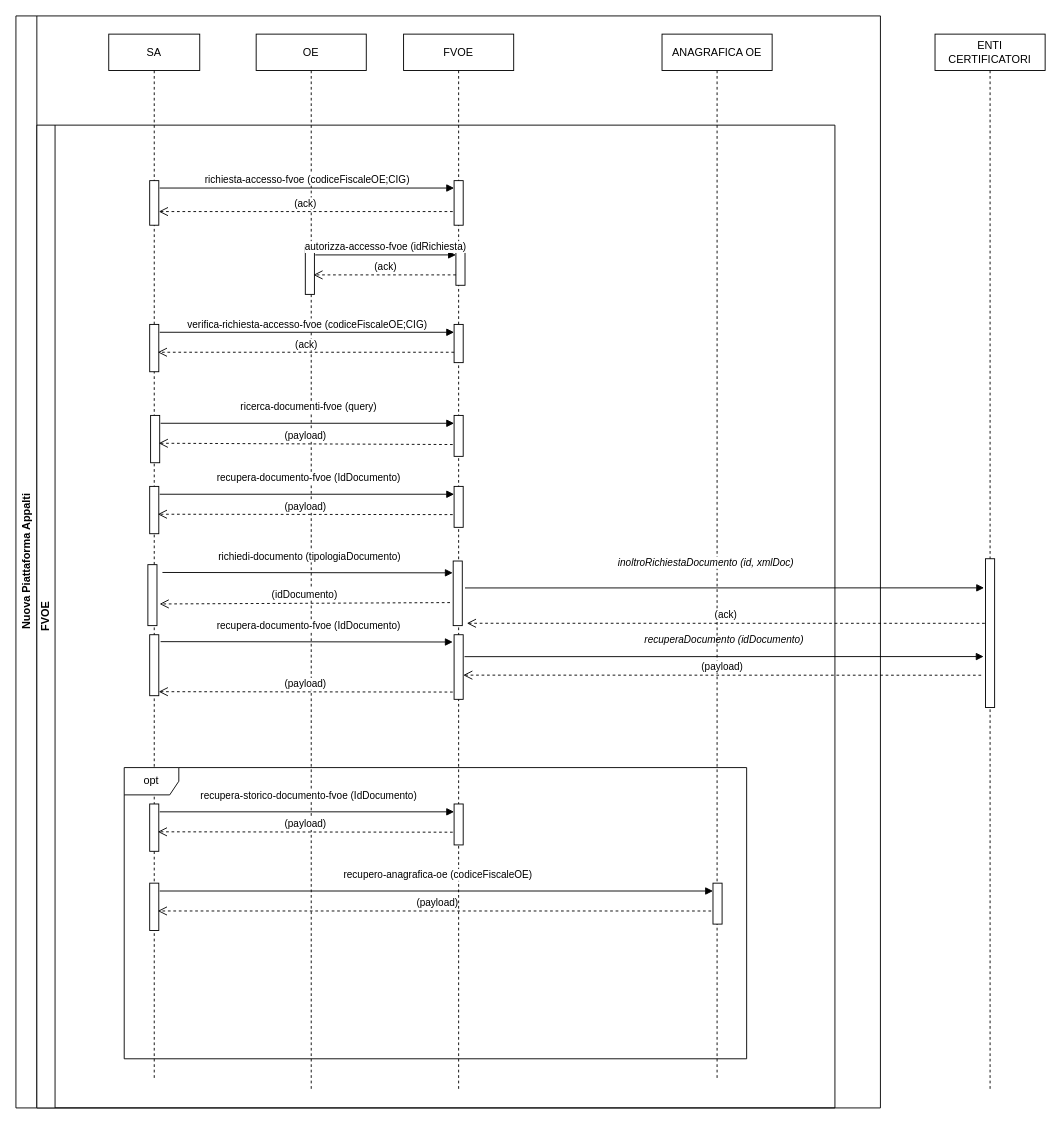
This is docs/diagrammi-drawio/diagramma-fvoe.drawio from anticorruzione/npa, a draw.io file, before an edit. Source tidied: cells renumbered, new cells numbered last; positions are measured from the earlier drawing's top-left corner, leaving out a move shared by most shapes. Both pictures are drawn from the tidied source at 91%, with x=0, y=0 at pixel (15, 15).
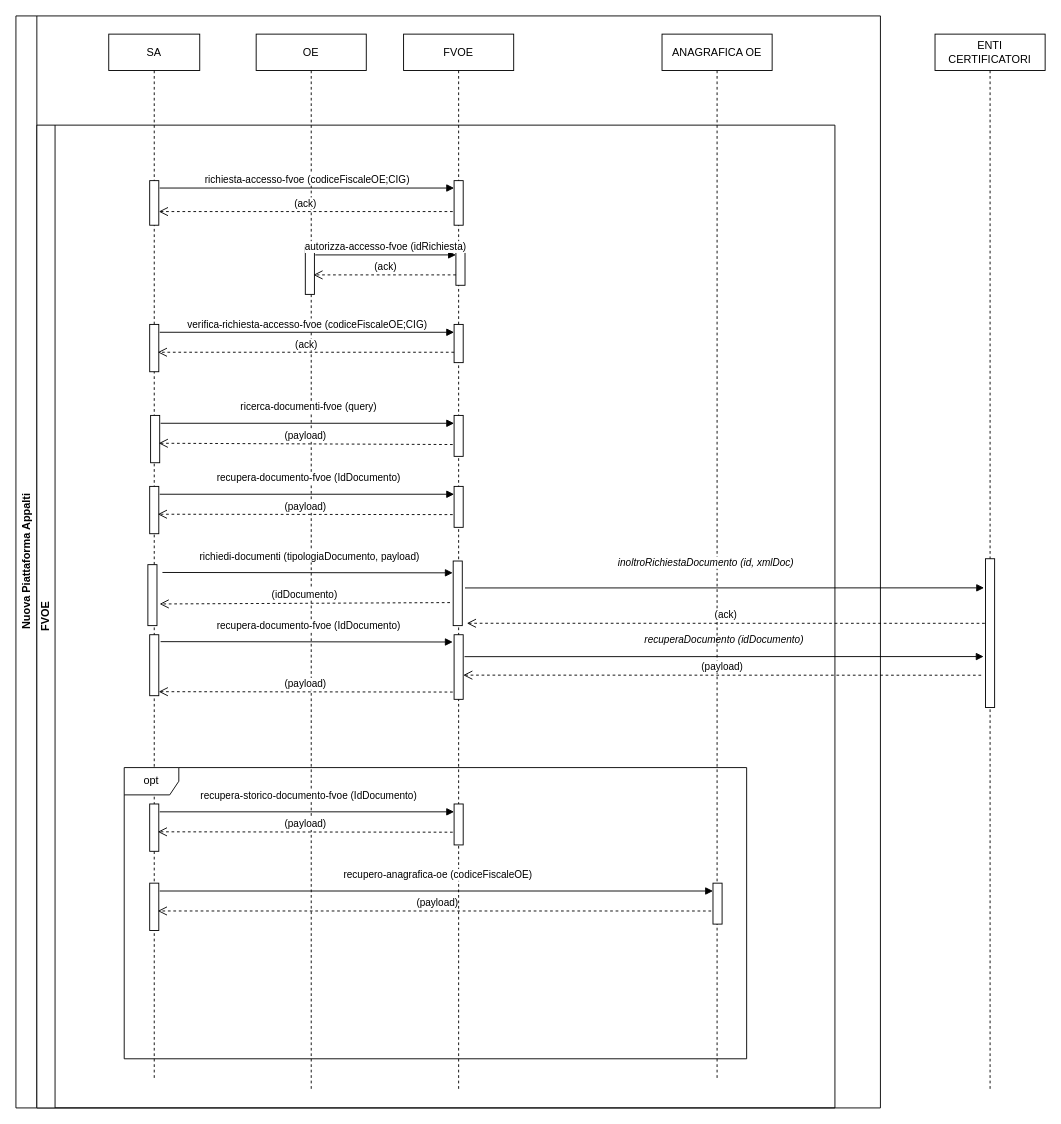
The same page after the edit.

Change to the diagram source:
```diff
@@
-    <mxCell id="38" value="&amp;nbsp;richiedi-documento (tipologiaDocumento)" style="html=1;verticalAlign=bottom;endArrow=block;rounded=0;exitX=1.097;exitY=0.166;exitDx=0;exitDy=0;exitPerimeter=0;endFill=1;" parent="1" edge="1">
+    <mxCell id="38" value="&amp;nbsp;richiedi-documenti (tipologiaDocumento, payload)" style="html=1;verticalAlign=bottom;endArrow=block;rounded=0;exitX=1.097;exitY=0.166;exitDx=0;exitDy=0;exitPerimeter=0;endFill=1;" parent="1" edge="1">
       <mxGeometry y="9" relative="1" as="geometry">
         <mxPoint x="161" y="611.6" as="sourcePoint" />
         <mxPoint x="480" y="612" as="targetPoint" />
       </mxGeometry>
     </mxCell>
```
